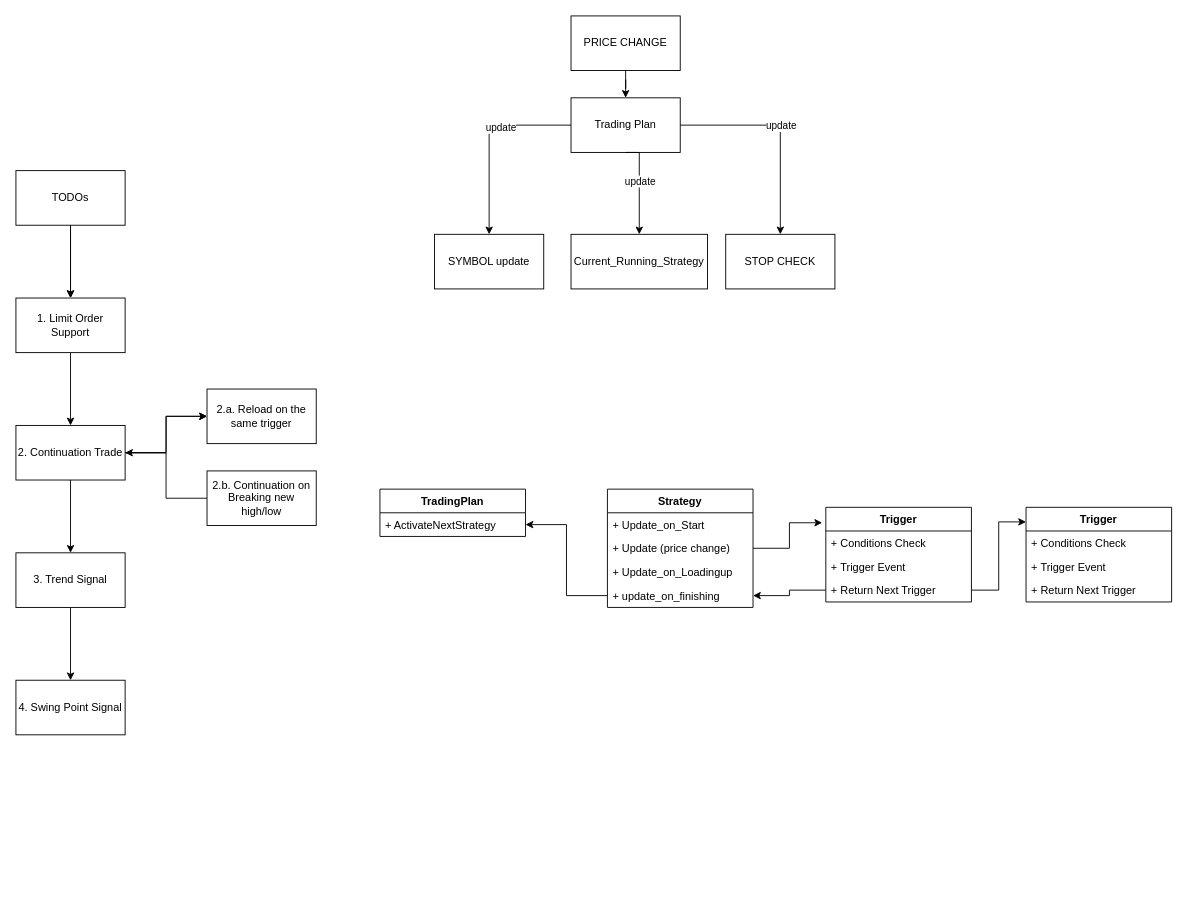
chiaochiaoo/GoodTrade keeps this draw.io diagram as blueprints/design.drawio. Above is the earlier version. Source tidied: cells renumbered, new cells numbered last; positions are measured from the earlier drawing's top-left corner, leaving out a move shared by most shapes. Both pictures are drawn from the tidied source at 91%, with x=0, y=0 at pixel (15, 15).
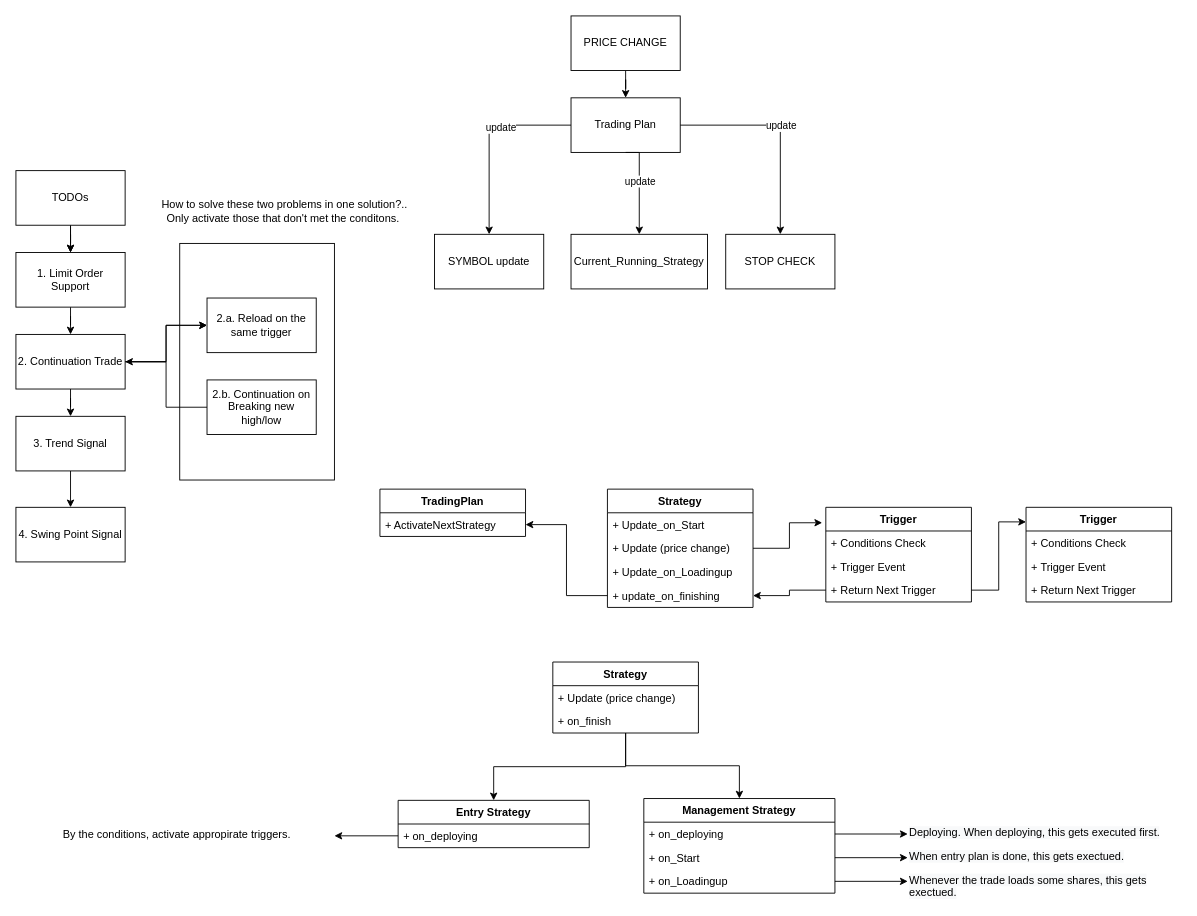
Above is the later version.

Diff of the diagram source:
```diff
@@
+    <mxCell id="48" style="rounded=0;whiteSpace=wrap;html=1;" parent="1" vertex="1">
+      <mxGeometry x="180" y="250" width="170" height="260" as="geometry" />
+    </mxCell>
@@
     <mxCell id="37" value="1. Limit Order Support" style="rounded=0;whiteSpace=wrap;html=1;" parent="1" vertex="1">
-      <mxGeometry y="310" width="120" height="60" as="geometry" />
+      <mxGeometry y="260" width="120" height="60" as="geometry" />
     </mxCell>
@@
     <mxCell id="41" value="2. Continuation Trade" style="rounded=0;whiteSpace=wrap;html=1;" parent="1" vertex="1">
-      <mxGeometry y="450" width="120" height="60" as="geometry" />
+      <mxGeometry y="350" width="120" height="60" as="geometry" />
     </mxCell>
     <mxCell id="42" value="2.a. Reload on the same trigger" style="rounded=0;whiteSpace=wrap;html=1;" parent="1" vertex="1">
-      <mxGeometry x="210" y="410" width="120" height="60" as="geometry" />
+      <mxGeometry x="210" y="310" width="120" height="60" as="geometry" />
     </mxCell>
@@
     <mxCell id="44" value="2.b. Continuation on Breaking new high/low" style="rounded=0;whiteSpace=wrap;html=1;" parent="1" vertex="1">
-      <mxGeometry x="210" y="500" width="120" height="60" as="geometry" />
+      <mxGeometry x="210" y="400" width="120" height="60" as="geometry" />
     </mxCell>
@@
     <mxCell id="46" value="3. Trend Signal" style="rounded=0;whiteSpace=wrap;html=1;" parent="1" vertex="1">
-      <mxGeometry y="590" width="120" height="60" as="geometry" />
+      <mxGeometry y="440" width="120" height="60" as="geometry" />
     </mxCell>
     <mxCell id="47" value="4. Swing Point Signal" style="rounded=0;whiteSpace=wrap;html=1;" parent="1" vertex="1">
-      <mxGeometry y="730" width="120" height="60" as="geometry" />
+      <mxGeometry y="540" width="120" height="60" as="geometry" />
     </mxCell>
+    <mxCell id="49" value="Management Strategy" style="swimlane;fontStyle=1;align=center;verticalAlign=top;horizontal=1;startSize=26;rounded=0;" parent="1" vertex="1">
+      <mxGeometry x="690" y="860" width="210" height="104" as="geometry" />
+    </mxCell>
+    <mxCell id="50" value="+ on_deploying" style="text;strokeColor=none;fillColor=none;align=left;verticalAlign=top;spacingLeft=4;spacingRight=4;overflow=hidden;points=[[0,0.5],[1,0.5]];portConstraint=eastwest;" parent="49" vertex="1">
+      <mxGeometry y="26" width="210" height="26" as="geometry" />
+    </mxCell>
+    <mxCell id="51" value="+ on_Start" style="text;strokeColor=none;fillColor=none;align=left;verticalAlign=top;spacingLeft=4;spacingRight=4;overflow=hidden;points=[[0,0.5],[1,0.5]];portConstraint=eastwest;" parent="49" vertex="1">
+      <mxGeometry y="52" width="210" height="26" as="geometry" />
+    </mxCell>
+    <mxCell id="52" value="+ on_Loadingup" style="text;strokeColor=none;fillColor=none;align=left;verticalAlign=top;spacingLeft=4;spacingRight=4;overflow=hidden;points=[[0,0.5],[1,0.5]];portConstraint=eastwest;" parent="49" vertex="1">
+      <mxGeometry y="78" width="210" height="26" as="geometry" />
+    </mxCell>
+    <mxCell id="53" style="edgeStyle=orthogonalEdgeStyle;rounded=0;jettySize=auto;html=1;" parent="1" edge="1" source="55" target="58">
+      <mxGeometry relative="1" as="geometry" />
+    </mxCell>
+    <mxCell id="54" style="edgeStyle=orthogonalEdgeStyle;rounded=0;jettySize=auto;html=1;" parent="1" edge="1" source="55" target="49">
+      <mxGeometry relative="1" as="geometry" />
+    </mxCell>
+    <mxCell id="55" value="Strategy" style="swimlane;fontStyle=1;align=center;verticalAlign=top;horizontal=1;startSize=26;rounded=0;" parent="1" vertex="1">
+      <mxGeometry x="590" y="710" width="160" height="78" as="geometry" />
+    </mxCell>
+    <mxCell id="56" value="+ Update (price change)" style="text;strokeColor=none;fillColor=none;align=left;verticalAlign=top;spacingLeft=4;spacingRight=4;overflow=hidden;" parent="55" vertex="1">
+      <mxGeometry y="26" width="160" height="26" as="geometry" />
+    </mxCell>
+    <mxCell id="57" value="+ on_finish" style="text;strokeColor=none;fillColor=none;align=left;verticalAlign=top;spacingLeft=4;spacingRight=4;overflow=hidden;" parent="55" vertex="1">
+      <mxGeometry y="52" width="160" height="26" as="geometry" />
+    </mxCell>
+    <mxCell id="58" value="Entry Strategy" style="swimlane;fontStyle=1;align=center;verticalAlign=top;horizontal=1;startSize=26;rounded=0;" parent="1" vertex="1">
+      <mxGeometry x="420" y="862" width="210" height="52" as="geometry" />
+    </mxCell>
+    <mxCell id="59" value="+ on_deploying" style="text;strokeColor=none;fillColor=none;align=left;verticalAlign=top;spacingLeft=4;spacingRight=4;overflow=hidden;points=[[0,0.5],[1,0.5]];portConstraint=eastwest;" parent="58" vertex="1">
+      <mxGeometry y="26" width="210" height="26" as="geometry" />
+    </mxCell>
+    <mxCell id="60" style="edgeStyle=orthogonalEdgeStyle;rounded=0;jettySize=auto;html=1;" parent="1" edge="1" source="50" target="61">
+      <mxGeometry relative="1" as="geometry" />
+    </mxCell>
+    <mxCell id="61" value="&lt;span style=&quot;color: rgb(0, 0, 0); font-family: helvetica; font-size: 12px; font-style: normal; font-weight: 400; letter-spacing: normal; text-align: center; text-indent: 0px; text-transform: none; word-spacing: 0px; background-color: rgb(248, 249, 250); display: inline; float: none;&quot;&gt;Deploying. When deploying, this gets executed first.&lt;/span&gt;" style="text;whiteSpace=wrap;html=1;" parent="1" vertex="1">
+      <mxGeometry x="980" y="884" width="300" height="30" as="geometry" />
+    </mxCell>
+    <mxCell id="62" value="&lt;span style=&quot;color: rgb(0 , 0 , 0) ; font-family: &amp;#34;helvetica&amp;#34; ; font-size: 12px ; font-style: normal ; font-weight: 400 ; letter-spacing: normal ; text-align: center ; text-indent: 0px ; text-transform: none ; word-spacing: 0px ; background-color: rgb(248 , 249 , 250) ; display: inline ; float: none&quot;&gt;When entry plan is done, this gets exectued.&lt;/span&gt;" style="text;whiteSpace=wrap;html=1;" parent="1" vertex="1">
+      <mxGeometry x="980" y="910" width="300" height="30" as="geometry" />
+    </mxCell>
+    <mxCell id="63" style="edgeStyle=orthogonalEdgeStyle;rounded=0;jettySize=auto;html=1;entryX=0;entryY=0.5;entryDx=0;entryDy=0;" parent="1" edge="1" source="51" target="62">
+      <mxGeometry relative="1" as="geometry" />
+    </mxCell>
+    <mxCell id="64" value="&lt;span style=&quot;color: rgb(0 , 0 , 0) ; font-family: &amp;#34;helvetica&amp;#34; ; font-size: 12px ; font-style: normal ; font-weight: 400 ; letter-spacing: normal ; text-align: center ; text-indent: 0px ; text-transform: none ; word-spacing: 0px ; background-color: rgb(248 , 249 , 250) ; display: inline ; float: none&quot;&gt;Whenever the trade loads some shares, this gets exectued.&lt;/span&gt;" style="text;whiteSpace=wrap;html=1;" parent="1" vertex="1">
+      <mxGeometry x="980" y="936" width="300" height="30" as="geometry" />
+    </mxCell>
+    <mxCell id="65" style="edgeStyle=orthogonalEdgeStyle;rounded=0;jettySize=auto;html=1;entryX=0;entryY=0.5;entryDx=0;entryDy=0;" parent="1" edge="1" source="52" target="64">
+      <mxGeometry relative="1" as="geometry" />
+    </mxCell>
+    <mxCell id="66" value="&lt;div style=&quot;text-align: center&quot;&gt;&lt;span&gt;&lt;font face=&quot;helvetica&quot;&gt;By the conditions, activate appropirate triggers.&amp;nbsp;&lt;/font&gt;&lt;/span&gt;&lt;/div&gt;" style="text;whiteSpace=wrap;html=1;" parent="1" vertex="1">
+      <mxGeometry x="50" y="886" width="300" height="30" as="geometry" />
+    </mxCell>
+    <mxCell id="67" style="edgeStyle=orthogonalEdgeStyle;rounded=0;jettySize=auto;html=1;" parent="1" edge="1" source="59" target="66">
+      <mxGeometry relative="1" as="geometry" />
+    </mxCell>
+    <mxCell id="68" value="How to solve these two problems in one solution?..&lt;br&gt;Only activate those that don't met the conditons.&amp;nbsp;" style="text;html=1;align=center;verticalAlign=middle;strokeColor=none;" parent="1" vertex="1">
+      <mxGeometry x="150" y="200" width="290" height="30" as="geometry" />
+    </mxCell>
```
